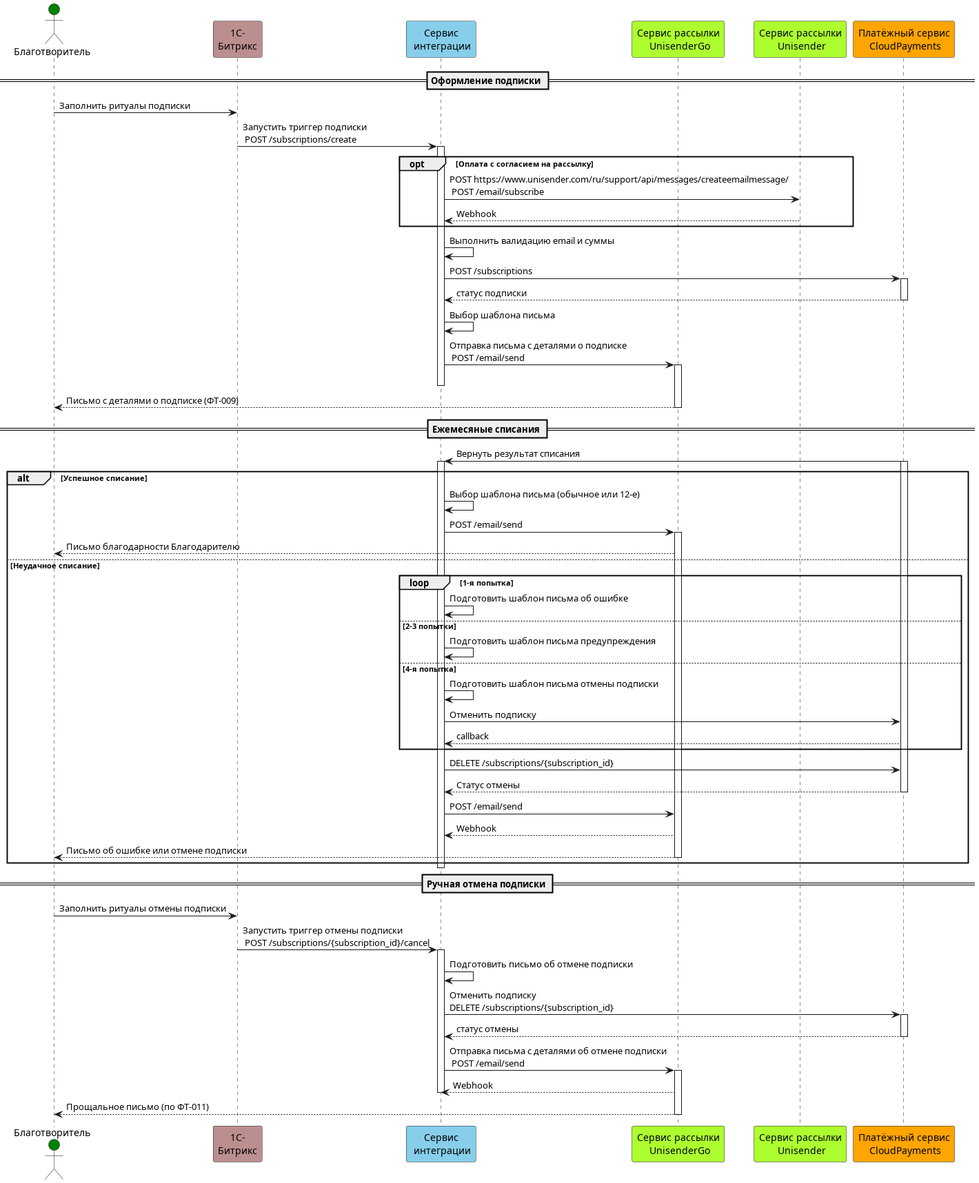
Above: out/SequenceDiagram/sequenceDiagramRPayment/Recurrent.png in trofimovelijah/mayak_integration_service (PlantUML), before the change.
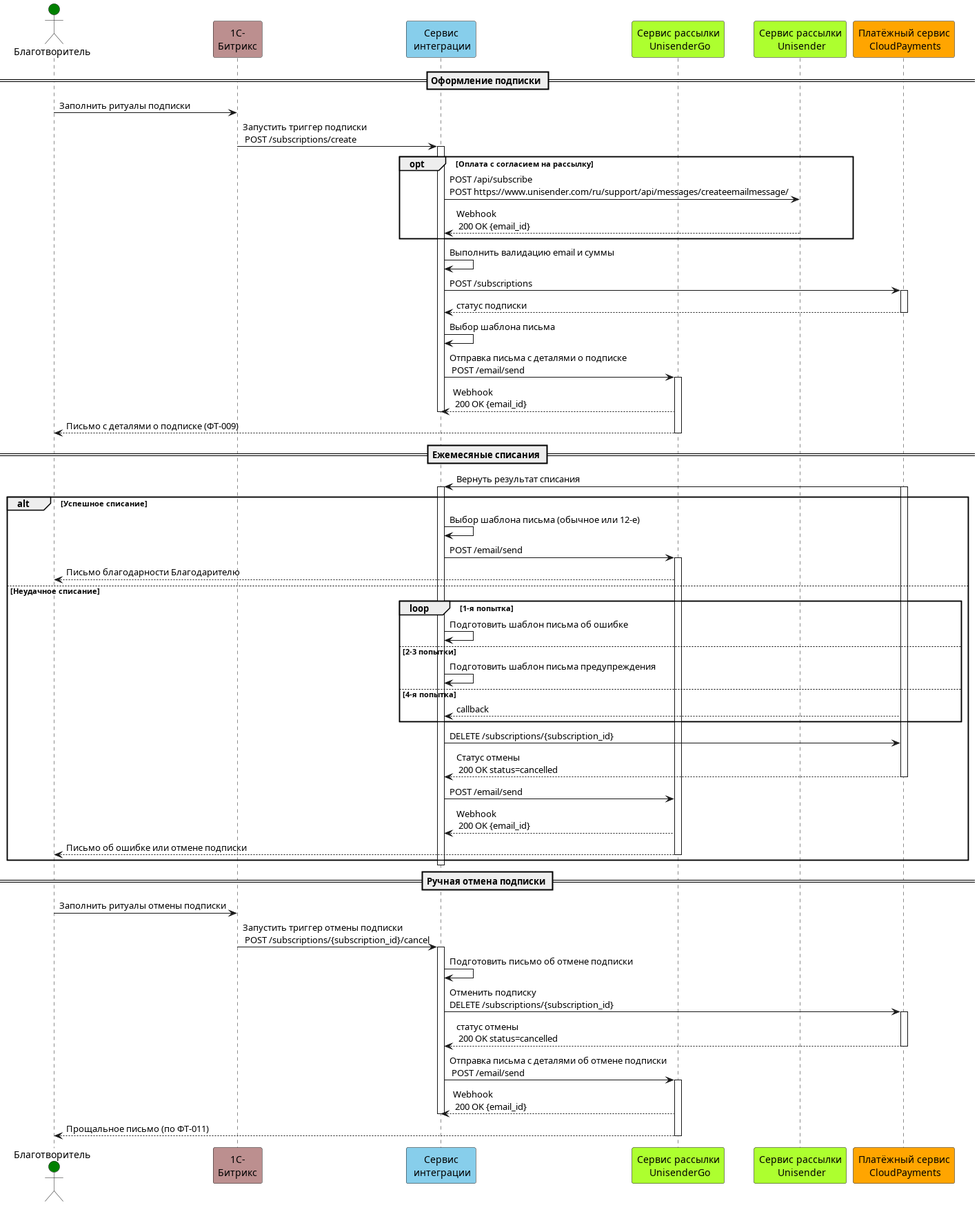
After the commit.

The edit, as a diff of the source:
```diff
@@ -13,8 +13,8 @@
 activate IntService
 
     opt Оплата с согласием на рассылку
-        IntService -> Unisender: POST https://www.unisender.com/ru/support/api/messages/createemailmessage/\n POST /email/subscribe
-        Unisender --> IntService: Webhook
+        IntService -> Unisender: POST /api/subscribe\nPOST https://www.unisender.com/ru/support/api/messages/createemailmessage/
+        Unisender --> IntService: Webhook\n 200 OK {email_id}
     end
 
 IntService -> IntService: Выполнить валидацию email и суммы
@@ -25,6 +25,7 @@
 IntService -> IntService: Выбор шаблона письма
 IntService -> UnisenderGo: Отправка письма с деталями о подписке\n POST /email/send
 activate UnisenderGo
+UnisenderGo --> IntService: Webhook\n 200 OK {email_id}
 deactivate IntService
 UnisenderGo --> Donor: Письмо с деталями о подписке (ФТ-009)
 deactivate UnisenderGo
@@ -45,16 +46,14 @@
     else 2-3 попытки
         IntService -> IntService: Подготовить шаблон письма предупреждения
     else 4-я попытка
-        IntService -> IntService: Подготовить шаблон письма отмены подписки
-        IntService -> CloudPayments: Отменить подписку
         CloudPayments --> IntService: callback
     end
 IntService -> CloudPayments: DELETE /subscriptions/{subscription_id}
-CloudPayments --> IntService: Статус отмены
+CloudPayments --> IntService: Статус отмены\n 200 OK status=cancelled
 deactivate CloudPayments
 
 IntService -> UnisenderGo: POST /email/send
-UnisenderGo --> IntService: Webhook
+UnisenderGo --> IntService: Webhook\n 200 OK {email_id}
 UnisenderGo --> Donor: Письмо об ошибке или отмене подписки
 deactivate UnisenderGo
 end
@@ -67,11 +66,11 @@
 IntService -> IntService: Подготовить письмо об отмене подписки
 IntService -> CloudPayments: Отменить подписку\nDELETE /subscriptions/{subscription_id}
 activate CloudPayments
-CloudPayments --> IntService: статус отмены
+CloudPayments --> IntService: статус отмены\n 200 OK status=cancelled
 deactivate CloudPayments
 IntService -> UnisenderGo: Отправка письма с деталями об отмене подписки\n POST /email/send
 activate UnisenderGo
-UnisenderGo --> IntService: Webhook
+UnisenderGo --> IntService: Webhook\n 200 OK {email_id}
 deactivate IntService
 UnisenderGo --> Donor: Прощальное письмо (по ФТ-011)
 deactivate UnisenderGo
```
